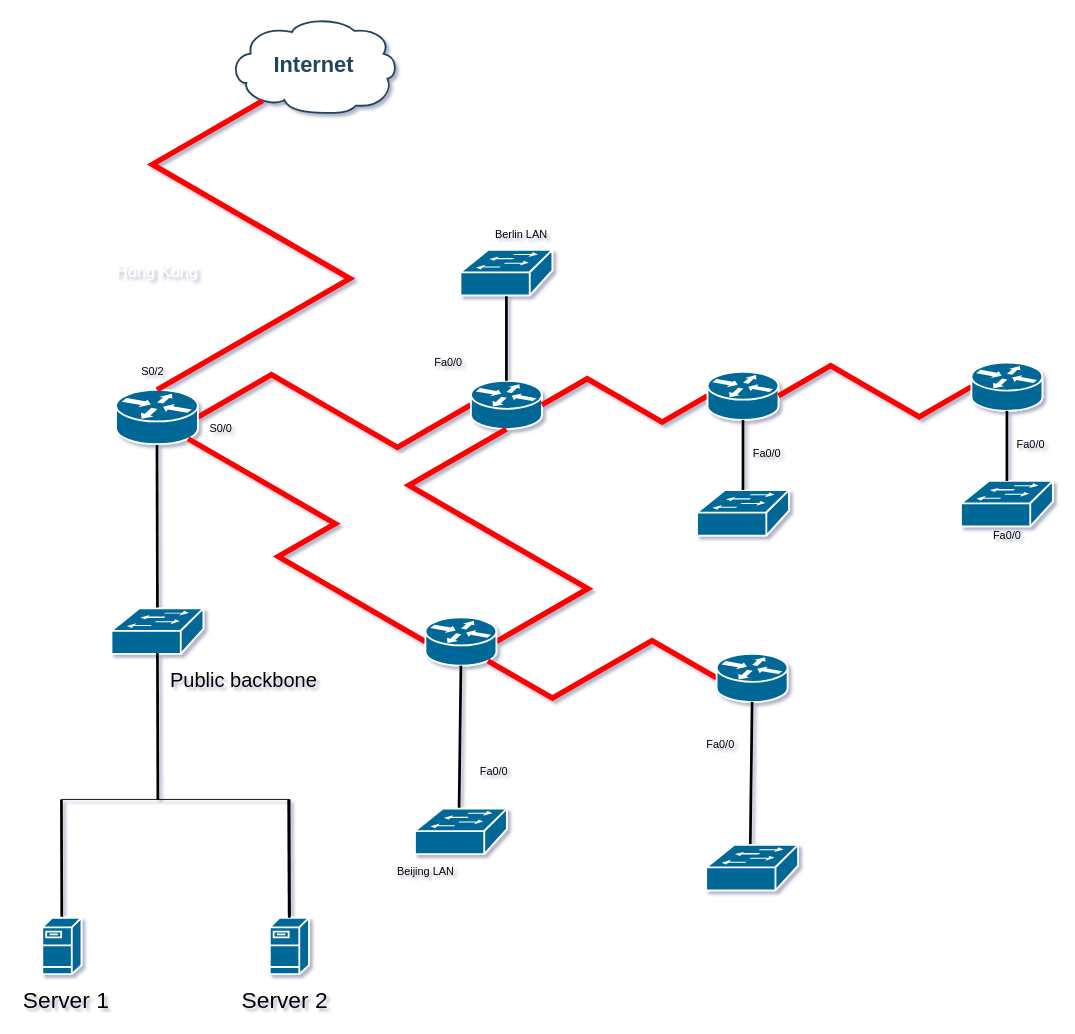
Above: Untitled Diagram.drawio in FluffyTrooper2001/flippy-floppy (draw.io), before the change. Source tidied: cells renumbered, new cells numbered last; positions are measured from the earlier drawing's top-left corner, leaving out a move shared by most shapes. Both pictures are drawn from the tidied source at 91%, with x=0, y=0 at pixel (15, 16).
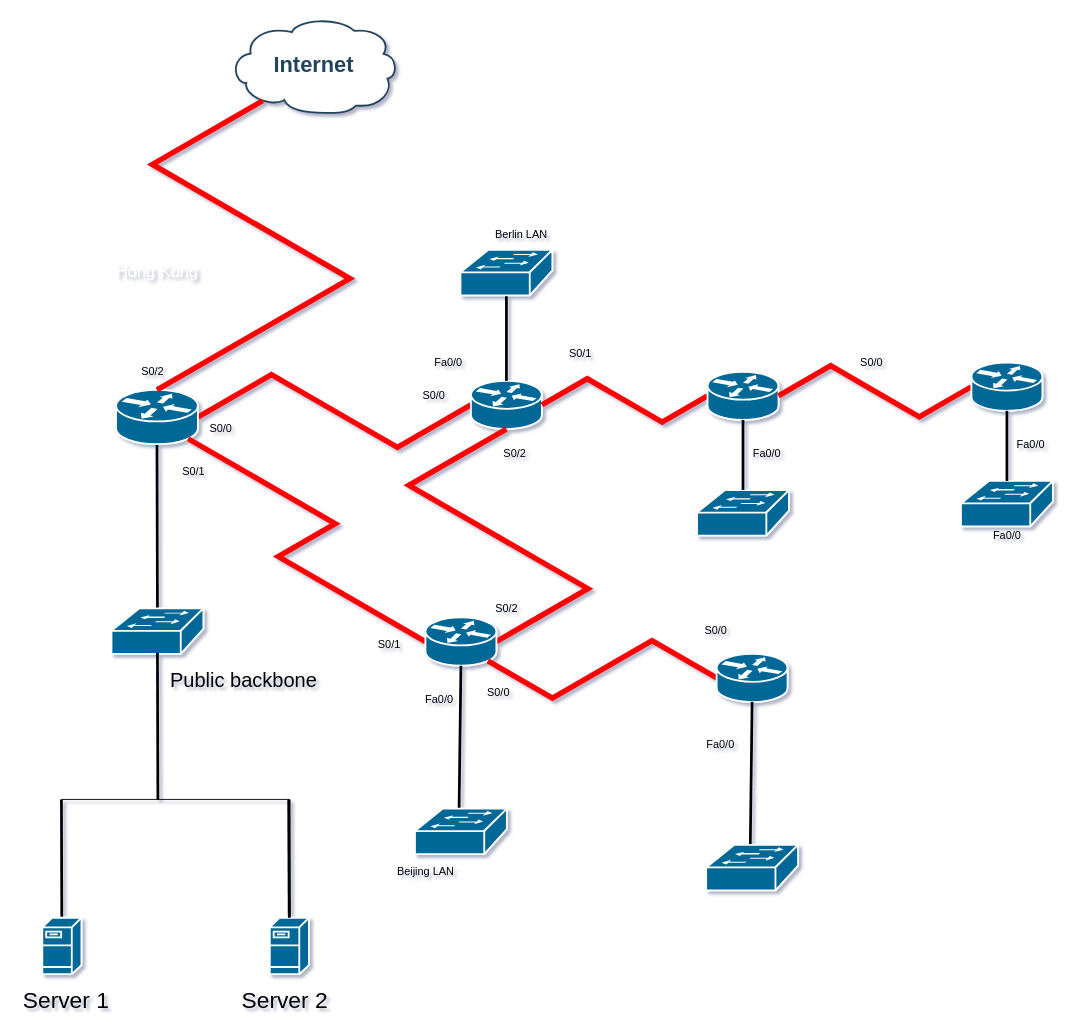
After the change.

Commit message:
its wrong anyway

What changed in the source:
```diff
@@
     <mxCell id="48" value="&lt;font color=&quot;#000000&quot;&gt;Fa0/0&lt;br&gt;&lt;/font&gt;" style="text;html=1;align=center;verticalAlign=middle;strokeColor=none;fillColor=none;fontColor=#FFFFFF;" parent="1" vertex="1">
-      <mxGeometry x="500" y="820" width="50" height="20" as="geometry" />
+      <mxGeometry x="440" y="740" width="50" height="20" as="geometry" />
     </mxCell>
+    <mxCell id="49" value="&lt;font color=&quot;#000000&quot;&gt;S0/1&lt;br&gt;&lt;/font&gt;" style="text;html=1;align=center;verticalAlign=middle;strokeColor=none;fillColor=none;fontColor=#FFFFFF;" parent="1" vertex="1">
+      <mxGeometry x="175" y="490" width="40" height="20" as="geometry" />
+    </mxCell>
+    <mxCell id="50" value="&lt;font color=&quot;#000000&quot;&gt;S0/0&lt;/font&gt;" style="text;html=1;align=center;verticalAlign=middle;strokeColor=none;fillColor=none;fontColor=#FFFFFF;" parent="1" vertex="1">
+      <mxGeometry x="438.5" y="406.5" width="40" height="20" as="geometry" />
+    </mxCell>
+    <mxCell id="51" value="&lt;font color=&quot;#000000&quot;&gt;S0/0&lt;/font&gt;" style="text;html=1;align=center;verticalAlign=middle;strokeColor=none;fillColor=none;fontColor=#FFFFFF;" parent="1" vertex="1">
+      <mxGeometry x="920" y="370" width="40" height="20" as="geometry" />
+    </mxCell>
+    <mxCell id="52" value="&lt;font color=&quot;#000000&quot;&gt;S0/1&lt;br&gt;&lt;/font&gt;" style="text;html=1;align=center;verticalAlign=middle;strokeColor=none;fillColor=none;fontColor=#FFFFFF;" parent="1" vertex="1">
+      <mxGeometry x="600" y="360" width="40" height="20" as="geometry" />
+    </mxCell>
+    <mxCell id="53" value="&lt;font color=&quot;#000000&quot;&gt;S0/1&lt;br&gt;&lt;/font&gt;" style="text;html=1;align=center;verticalAlign=middle;strokeColor=none;fillColor=none;fontColor=#FFFFFF;" parent="1" vertex="1">
+      <mxGeometry x="390" y="680" width="40" height="20" as="geometry" />
+    </mxCell>
+    <mxCell id="54" value="&lt;font color=&quot;#000000&quot;&gt;S0/0&lt;/font&gt;" style="text;html=1;align=center;verticalAlign=middle;strokeColor=none;fillColor=none;fontColor=#FFFFFF;" parent="1" vertex="1">
+      <mxGeometry x="510" y="733" width="40" height="20" as="geometry" />
+    </mxCell>
+    <mxCell id="55" value="&lt;font color=&quot;#000000&quot;&gt;S0/0&lt;/font&gt;" style="text;html=1;align=center;verticalAlign=middle;strokeColor=none;fillColor=none;fontColor=#FFFFFF;" parent="1" vertex="1">
+      <mxGeometry x="748.5" y="665" width="40" height="20" as="geometry" />
+    </mxCell>
+    <mxCell id="56" value="&lt;font color=&quot;#000000&quot;&gt;S0/2&lt;/font&gt;" style="text;html=1;align=center;verticalAlign=middle;strokeColor=none;fillColor=none;fontColor=#FFFFFF;" parent="1" vertex="1">
+      <mxGeometry x="528" y="469.6" width="40" height="20" as="geometry" />
+    </mxCell>
+    <mxCell id="57" value="&lt;font color=&quot;#000000&quot;&gt;S0/2&lt;/font&gt;" style="text;html=1;align=center;verticalAlign=middle;strokeColor=none;fillColor=none;fontColor=#FFFFFF;" parent="1" vertex="1">
+      <mxGeometry x="519" y="640" width="40" height="20" as="geometry" />
+    </mxCell>
```
